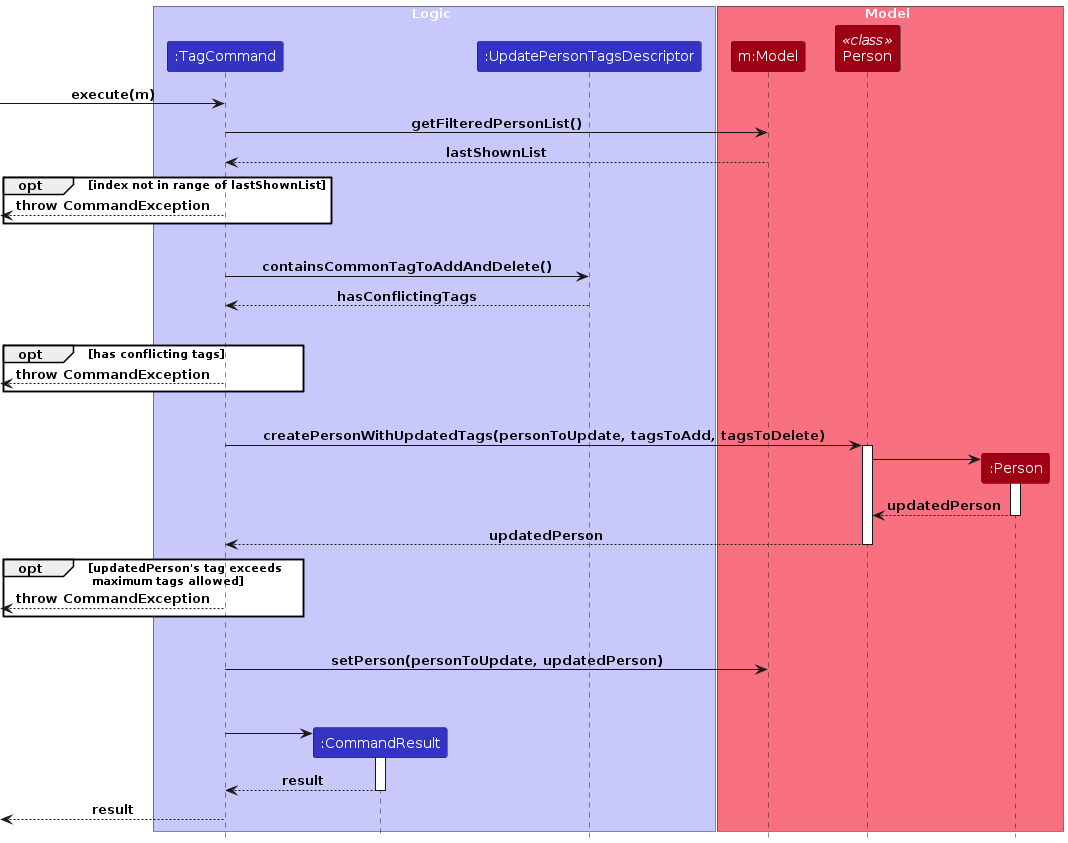
Earlier version of the PlantUML export diagrams/tag-feature/ExecuteSequenceDiagram.png (yucongkoo/tp). Its source is kept beside it as diagrams/tag-feature/ExecuteSequenceDiagram.puml.
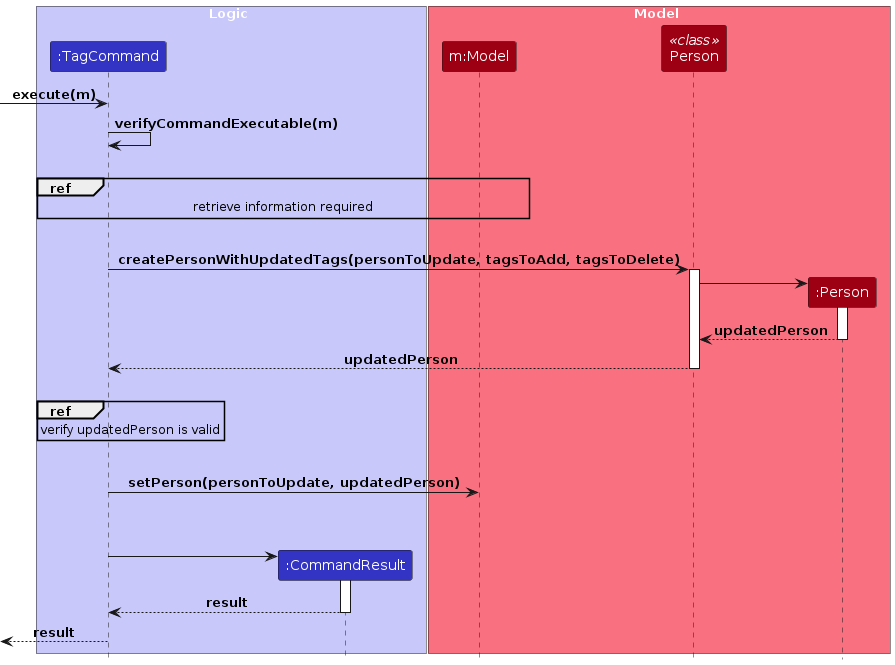
After the change.

What changed in the source:
```diff
@@ -4,7 +4,6 @@
 box Logic LOGIC_COLOR_T1
 participant ":TagCommand" as TagCommand LOGIC_COLOR
 participant ":CommandResult" as CommandResult LOGIC_COLOR
-participant ":UpdatePersonTagsDescriptor" as UpdatePersonTagsDescriptor LOGIC_COLOR
 end box
 
 box Model MODEL_COLOR_T1
@@ -15,20 +14,11 @@
 
 [-> TagCommand: execute(m)
 
-TagCommand -> Model: getFilteredPersonList()
-Model --> TagCommand: lastShownList
+TagCommand -> TagCommand: verifyCommandExecutable(m)
+|||
+ref over TagCommand, Model: retrieve information required
+|||
 
-opt index not in range of lastShownList
-[<-- TagCommand: throw CommandException
-end
-|||
-TagCommand -> UpdatePersonTagsDescriptor:containsCommonTagToAddAndDelete()
-return hasConflictingTags
-|||
-opt has conflicting tags
-[<-- TagCommand: throw CommandException
-end
-|||
 TagCommand -> PersonClass: createPersonWithUpdatedTags(personToUpdate, tagsToAdd, tagsToDelete)
 activate PersonClass
 
@@ -38,10 +28,8 @@
 return updatedPerson
 
 return updatedPerson
-
-opt updatedPerson's tag exceeds\n maximum tags allowed
-[<-- TagCommand: throw CommandException
-end
+|||
+ref over TagCommand: verify updatedPerson is valid
 |||
 TagCommand -> Model: setPerson(personToUpdate, updatedPerson)
 |||
```
